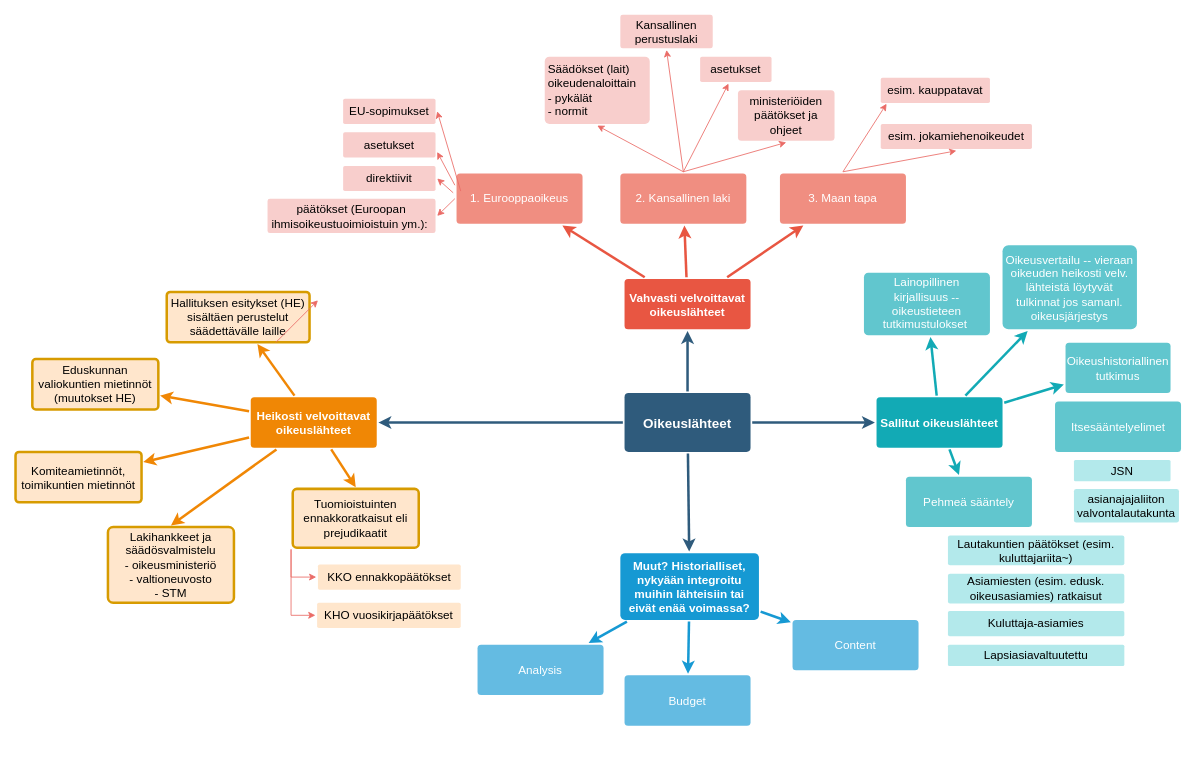
Earlier version of the draw.io diagram Untitled Diagram.drawio (fellower/docs). Source tidied: cells renumbered, new cells numbered last; positions are measured from the earlier drawing's top-left corner, leaving out a move shared by most shapes. Both pictures are drawn from the tidied source at 84%, with x=0, y=0 at pixel (15, 14).
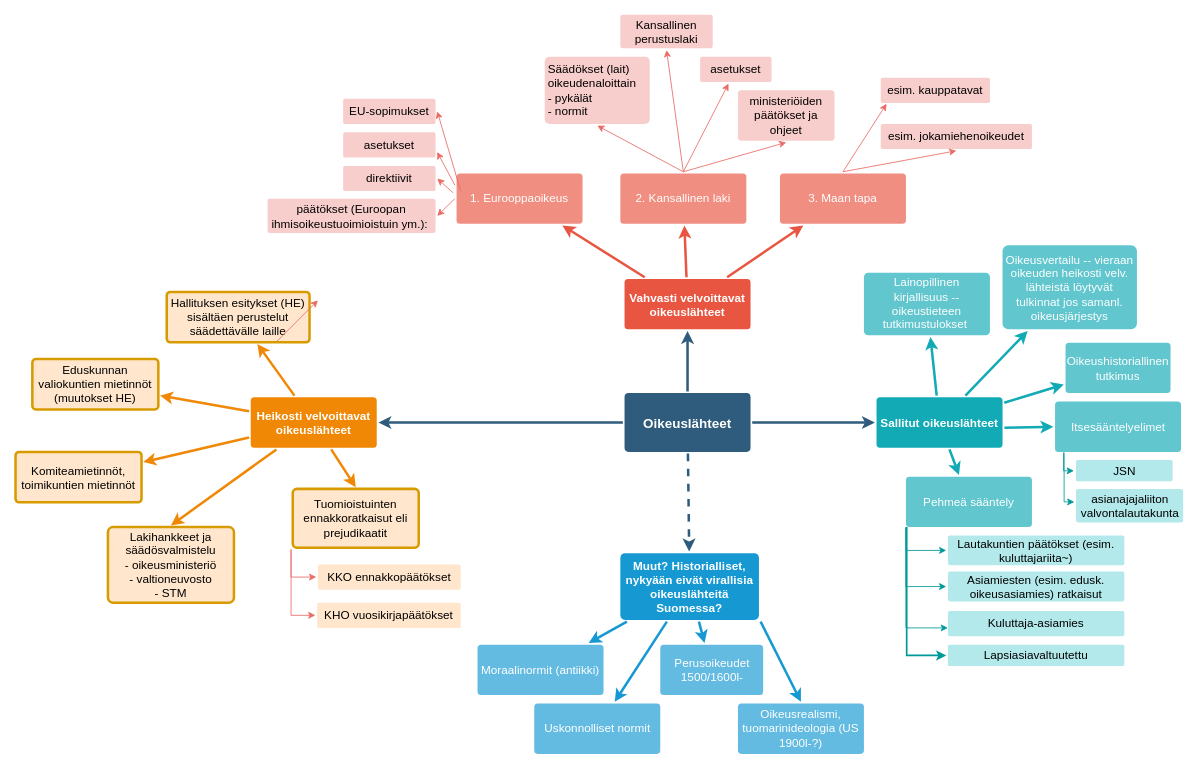
The same page after the edit.

Unchanged cells that the change refers to:
```xml
<mxCell id="6" value="Oikeuslähteet" style="rounded=1;whiteSpace=wrap;html=1;shadow=0;labelBackgroundColor=none;strokeColor=none;strokeWidth=3;fillColor=#2F5B7C;fontFamily=Helvetica;fontSize=16;fontColor=#FFFFFF;align=center;fontStyle=1;spacing=5;arcSize=7;perimeterSpacing=2;" parent="1" vertex="1">
  <mxGeometry x="725" y="450.5" width="150" height="70" as="geometry" />
</mxCell>
<mxCell id="28" value="Sallitut oikeuslähteet" style="rounded=1;whiteSpace=wrap;html=1;shadow=0;labelBackgroundColor=none;strokeColor=none;strokeWidth=3;fillColor=#12aab5;fontFamily=Helvetica;fontSize=14;fontColor=#FFFFFF;align=center;spacing=5;fontStyle=1;arcSize=7;perimeterSpacing=2;" parent="1" vertex="1">
  <mxGeometry x="1025" y="455.5" width="150" height="60" as="geometry" />
</mxCell>
<mxCell id="29" value="Pehmeä sääntely" style="rounded=1;whiteSpace=wrap;html=1;shadow=0;labelBackgroundColor=none;strokeColor=none;strokeWidth=3;fillColor=#61c6ce;fontFamily=Helvetica;fontSize=14;fontColor=#FFFFFF;align=center;spacing=5;fontStyle=0;arcSize=7;perimeterSpacing=2;" parent="1" vertex="1">
  <mxGeometry x="1060" y="550" width="150" height="60" as="geometry" />
</mxCell>
<mxCell id="66" value="Lautakuntien päätökset (esim. kuluttajariita~)" style="rounded=1;whiteSpace=wrap;html=1;shadow=0;labelBackgroundColor=none;strokeWidth=3;fontFamily=Helvetica;fontSize=14;align=center;spacing=5;fontStyle=0;arcSize=7;perimeterSpacing=2;strokeColor=none;fillColor=#B3E9EB;" parent="1" vertex="1">
  <mxGeometry x="1110" y="620" width="210" height="35.5" as="geometry" />
</mxCell>
<mxCell id="69" value="Lapsiasiavaltuutettu" style="rounded=1;whiteSpace=wrap;html=1;shadow=0;labelBackgroundColor=none;strokeWidth=3;fontFamily=Helvetica;fontSize=14;align=center;spacing=5;fontStyle=0;arcSize=7;perimeterSpacing=2;strokeColor=none;fillColor=#B3E9EB;" parent="1" vertex="1">
  <mxGeometry x="1110" y="750" width="210" height="25.5" as="geometry" />
</mxCell>
<mxCell id="70" value="Itsesääntelyelimet" style="rounded=1;whiteSpace=wrap;html=1;shadow=0;labelBackgroundColor=none;strokeColor=none;strokeWidth=3;fillColor=#61c6ce;fontFamily=Helvetica;fontSize=14;fontColor=#FFFFFF;align=center;spacing=5;fontStyle=0;arcSize=7;perimeterSpacing=2;" parent="1" vertex="1">
  <mxGeometry x="1237.5" y="460.5" width="150" height="60" as="geometry" />
</mxCell>
```

Diff of the diagram source:
```diff
@@
-    <mxCell id="4" style="edgeStyle=none;rounded=0;jumpStyle=none;html=1;shadow=0;labelBackgroundColor=none;startArrow=none;startFill=0;endArrow=classic;endFill=1;jettySize=auto;strokeColor=#2F5B7C;strokeWidth=3;fontFamily=Helvetica;fontSize=16;fontColor=#23445D;spacing=5;" parent="1" edge="1" source="6" target="17">
+    <mxCell id="4" style="edgeStyle=none;rounded=0;jumpStyle=arc;html=1;shadow=0;labelBackgroundColor=none;startArrow=none;startFill=0;endArrow=classic;endFill=1;jettySize=auto;strokeColor=#2F5B7C;strokeWidth=3;fontFamily=Helvetica;fontSize=16;fontColor=#23445D;spacing=5;jumpSize=6;dashed=1;" parent="1" edge="1" source="6" target="17">
       <mxGeometry relative="1" as="geometry" />
     </mxCell>
@@
-    <mxCell id="17" value="Muut? Historialliset, nykyään integroitu muihin lähteisiin tai eivät enää voimassa?" style="rounded=1;whiteSpace=wrap;html=1;shadow=0;labelBackgroundColor=none;strokeColor=none;strokeWidth=3;fillColor=#1699d3;fontFamily=Helvetica;fontSize=14;fontColor=#FFFFFF;align=center;spacing=5;fontStyle=1;arcSize=7;perimeterSpacing=2;" parent="1" vertex="1">
+    <mxCell id="17" value="Muut? Historialliset, nykyään eivät virallisia oikeuslähteitä Suomessa?" style="rounded=1;whiteSpace=wrap;html=1;shadow=0;labelBackgroundColor=none;strokeColor=none;strokeWidth=3;fillColor=#1699d3;fontFamily=Helvetica;fontSize=14;fontColor=#FFFFFF;align=center;spacing=5;fontStyle=1;arcSize=7;perimeterSpacing=2;" parent="1" vertex="1">
       <mxGeometry x="720" y="641" width="165" height="79.5" as="geometry" />
     </mxCell>
-    <mxCell id="18" value="Content" style="rounded=1;whiteSpace=wrap;html=1;shadow=0;labelBackgroundColor=none;strokeColor=none;strokeWidth=3;fillColor=#64bbe2;fontFamily=Helvetica;fontSize=14;fontColor=#FFFFFF;align=center;spacing=5;arcSize=7;perimeterSpacing=2;" parent="1" vertex="1">
-      <mxGeometry x="925" y="720.5" width="150" height="60" as="geometry" />
+    <mxCell id="18" value="Uskonnolliset normit" style="rounded=1;whiteSpace=wrap;html=1;shadow=0;labelBackgroundColor=none;strokeColor=none;strokeWidth=3;fillColor=#64bbe2;fontFamily=Helvetica;fontSize=14;fontColor=#FFFFFF;align=center;spacing=5;arcSize=7;perimeterSpacing=2;" parent="1" vertex="1">
+      <mxGeometry x="617.5" y="820" width="150" height="60" as="geometry" />
     </mxCell>
-    <mxCell id="19" value="Budget" style="rounded=1;whiteSpace=wrap;html=1;shadow=0;labelBackgroundColor=none;strokeColor=none;strokeWidth=3;fillColor=#64bbe2;fontFamily=Helvetica;fontSize=14;fontColor=#FFFFFF;align=center;spacing=5;arcSize=7;perimeterSpacing=2;" parent="1" vertex="1">
-      <mxGeometry x="725" y="786.5" width="150" height="60" as="geometry" />
+    <mxCell id="19" value="Perusoikeudet 1500/1600l-" style="rounded=1;whiteSpace=wrap;html=1;shadow=0;labelBackgroundColor=none;strokeColor=none;strokeWidth=3;fillColor=#64bbe2;fontFamily=Helvetica;fontSize=14;fontColor=#FFFFFF;align=center;spacing=5;arcSize=7;perimeterSpacing=2;" parent="1" vertex="1">
+      <mxGeometry x="767.5" y="750" width="122.5" height="60" as="geometry" />
     </mxCell>
-    <mxCell id="20" value="Analysis" style="rounded=1;whiteSpace=wrap;html=1;shadow=0;labelBackgroundColor=none;strokeColor=none;strokeWidth=3;fillColor=#64bbe2;fontFamily=Helvetica;fontSize=14;fontColor=#FFFFFF;align=center;spacing=5;arcSize=7;perimeterSpacing=2;" parent="1" vertex="1">
+    <mxCell id="20" value="Moraalinormit (antiikki)" style="rounded=1;whiteSpace=wrap;html=1;shadow=0;labelBackgroundColor=none;strokeColor=none;strokeWidth=3;fillColor=#64bbe2;fontFamily=Helvetica;fontSize=14;fontColor=#FFFFFF;align=center;spacing=5;arcSize=7;perimeterSpacing=2;" parent="1" vertex="1">
       <mxGeometry x="550" y="750" width="150" height="60" as="geometry" />
     </mxCell>
@@
+    <mxCell id="73" style="edgeStyle=orthogonalEdgeStyle;rounded=0;jettySize=auto;html=1;entryX=0;entryY=0.5;entryDx=0;entryDy=0;fontColor=#000000;strokeColor=#009999;" parent="1" edge="1" target="66">
+      <mxGeometry relative="1" as="geometry">
+        <mxPoint x="1060" y="610" as="sourcePoint" />
+        <Array as="points">
+          <mxPoint x="1060" y="638" />
+        </Array>
+      </mxGeometry>
+    </mxCell>
@@
     <mxCell id="67" value="Asiamiesten (esim. edusk. oikeusasiamies) ratkaisut" style="rounded=1;whiteSpace=wrap;html=1;shadow=0;labelBackgroundColor=none;strokeWidth=3;fontFamily=Helvetica;fontSize=14;align=center;spacing=5;fontStyle=0;arcSize=7;perimeterSpacing=2;strokeColor=none;fillColor=#B3E9EB;" parent="1" vertex="1">
-      <mxGeometry x="1110" y="665.5" width="210" height="35.5" as="geometry" />
+      <mxGeometry x="1110" y="663" width="210" height="35.5" as="geometry" />
     </mxCell>
@@
     <mxCell id="71" value="JSN" style="rounded=1;whiteSpace=wrap;html=1;shadow=0;labelBackgroundColor=none;strokeWidth=3;fontFamily=Helvetica;fontSize=14;align=center;spacing=5;fontStyle=0;arcSize=7;perimeterSpacing=2;strokeColor=none;fillColor=#B3E9EB;" parent="1" vertex="1">
-      <mxGeometry x="1260" y="530" width="115" height="25.5" as="geometry" />
+      <mxGeometry x="1262.5" y="530" width="115" height="25.5" as="geometry" />
     </mxCell>
     <mxCell id="72" value="asianajajaliiton valvontalautakunta" style="rounded=1;whiteSpace=wrap;html=1;shadow=0;labelBackgroundColor=none;strokeWidth=3;fontFamily=Helvetica;fontSize=14;align=center;spacing=5;fontStyle=0;arcSize=7;perimeterSpacing=2;strokeColor=none;fillColor=#B3E9EB;" parent="1" vertex="1">
-      <mxGeometry x="1260" y="564.5" width="125" height="40" as="geometry" />
+      <mxGeometry x="1262.5" y="564.5" width="127.5" height="40" as="geometry" />
     </mxCell>
+    <mxCell id="74" style="edgeStyle=orthogonalEdgeStyle;rounded=0;jettySize=auto;html=1;entryX=0;entryY=0.5;entryDx=0;entryDy=0;fontColor=#000000;strokeColor=#009999;" parent="1" edge="1" target="67">
+      <mxGeometry relative="1" as="geometry">
+        <mxPoint x="1060" y="610" as="sourcePoint" />
+        <Array as="points">
+          <mxPoint x="1060" y="610" />
+          <mxPoint x="1060" y="681" />
+        </Array>
+      </mxGeometry>
+    </mxCell>
+    <mxCell id="75" style="edgeStyle=orthogonalEdgeStyle;rounded=0;orthogonalLoop=1;jettySize=auto;html=1;fontColor=#000000;strokeColor=#009999;" parent="1" edge="1">
+      <mxGeometry relative="1" as="geometry">
+        <mxPoint x="1060" y="611" as="sourcePoint" />
+        <mxPoint x="1110" y="730" as="targetPoint" />
+        <Array as="points">
+          <mxPoint x="1060" y="611" />
+          <mxPoint x="1060" y="730" />
+        </Array>
+      </mxGeometry>
+    </mxCell>
+    <mxCell id="76" style="edgeStyle=orthogonalEdgeStyle;rounded=0;jettySize=auto;html=1;fontColor=#000000;strokeColor=#009999;entryX=0;entryY=0.5;entryDx=0;entryDy=0;exitX=0.019;exitY=0.966;exitDx=0;exitDy=0;exitPerimeter=0;strokeWidth=2;" parent="1" edge="1" source="29" target="69">
+      <mxGeometry relative="1" as="geometry">
+        <Array as="points">
+          <mxPoint x="1061" y="763" />
+        </Array>
+      </mxGeometry>
+    </mxCell>
+    <mxCell id="77" style="edgeStyle=orthogonalEdgeStyle;rounded=0;jettySize=auto;html=1;fontColor=#000000;strokeColor=#009999;exitX=0.079;exitY=0.981;exitDx=0;exitDy=0;exitPerimeter=0;" parent="1" edge="1" source="70">
+      <mxGeometry relative="1" as="geometry">
+        <mxPoint x="1260" y="543" as="targetPoint" />
+        <Array as="points">
+          <mxPoint x="1248" y="543" />
+        </Array>
+      </mxGeometry>
+    </mxCell>
+    <mxCell id="78" style="edgeStyle=orthogonalEdgeStyle;rounded=0;jettySize=auto;html=1;fontColor=#000000;strokeColor=#009999;exitX=0.083;exitY=0.981;exitDx=0;exitDy=0;exitPerimeter=0;" parent="1" edge="1" source="70" target="72">
+      <mxGeometry relative="1" as="geometry">
+        <Array as="points">
+          <mxPoint x="1248" y="580" />
+        </Array>
+      </mxGeometry>
+    </mxCell>
+    <mxCell id="79" style="edgeStyle=none;rounded=1;jumpStyle=none;html=1;shadow=0;labelBackgroundColor=none;startArrow=none;startFill=0;jettySize=auto;strokeColor=#12AAB5;strokeWidth=3;fontFamily=Helvetica;fontSize=14;fontColor=#FFFFFF;spacing=5;fontStyle=1;fillColor=#b0e3e6;entryX=0;entryY=0.5;entryDx=0;entryDy=0;exitX=1.002;exitY=0.596;exitDx=0;exitDy=0;exitPerimeter=0;" parent="1" edge="1" source="28" target="70">
+      <mxGeometry relative="1" as="geometry" />
+    </mxCell>
+    <mxCell id="80" value="Oikeusrealismi, tuomarinideologia (US 1900l-?)" style="rounded=1;whiteSpace=wrap;html=1;shadow=0;labelBackgroundColor=none;strokeColor=none;strokeWidth=3;fillColor=#64bbe2;fontFamily=Helvetica;fontSize=14;fontColor=#FFFFFF;align=center;spacing=5;arcSize=7;perimeterSpacing=2;" parent="1" vertex="1">
+      <mxGeometry x="860" y="820" width="150" height="60" as="geometry" />
+    </mxCell>
+    <mxCell id="81" style="edgeStyle=none;rounded=0;jumpStyle=none;html=1;shadow=0;labelBackgroundColor=none;startArrow=none;startFill=0;endArrow=classic;endFill=1;jettySize=auto;strokeColor=#1699D3;strokeWidth=3;fontFamily=Helvetica;fontSize=14;fontColor=#FFFFFF;spacing=5;entryX=0.5;entryY=0;entryDx=0;entryDy=0;exitX=1;exitY=1;exitDx=0;exitDy=0;" parent="1" edge="1" source="17" target="80">
+      <mxGeometry relative="1" as="geometry" />
+    </mxCell>
```
